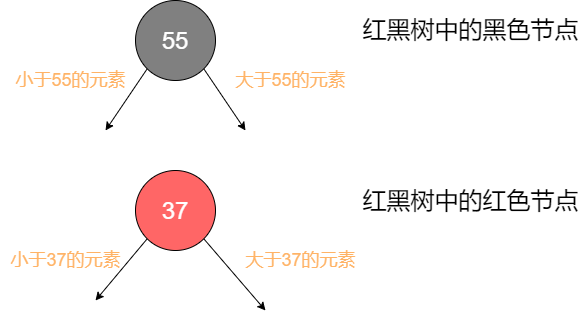
Earlier version of the draw.io export nodeIntro_b2.png (moonhui/DrawFiles). Source tidied: cells renumbered, new cells last; positions are measured from the earlier drawing's top-left corner, leaving out a move shared by most shapes. The source it was exported from:
```xml
<mxGraphModel>
  <root>
    <mxCell id="0" />
    <mxCell id="1" parent="0" />
    <mxCell id="2" style="edgeStyle=none;rounded=0;jettySize=auto;html=1;exitX=0;exitY=1;exitDx=0;exitDy=0;" parent="1" edge="1" source="4">
      <mxGeometry relative="1" as="geometry">
        <mxPoint x="105" y="130" as="targetPoint" />
      </mxGeometry>
    </mxCell>
    <mxCell id="3" style="edgeStyle=none;rounded=0;jettySize=auto;html=1;exitX=1;exitY=1;exitDx=0;exitDy=0;" parent="1" edge="1" source="4">
      <mxGeometry relative="1" as="geometry">
        <mxPoint x="245" y="130" as="targetPoint" />
      </mxGeometry>
    </mxCell>
    <mxCell id="4" value="&lt;font style=&quot;font-size: 24px&quot; color=&quot;#ffffff&quot;&gt;55&lt;/font&gt;" style="ellipse;whiteSpace=wrap;html=1;fillColor=#808080;" parent="1" vertex="1">
      <mxGeometry x="135" width="80" height="80" as="geometry" />
    </mxCell>
    <mxCell id="5" value="&lt;font style=&quot;font-size: 24px&quot;&gt;红黑树中的黑色节点&lt;/font&gt;" style="text;html=1;align=center;verticalAlign=middle;" parent="1" vertex="1">
      <mxGeometry x="355" y="19" width="230" height="20" as="geometry" />
    </mxCell>
    <mxCell id="6" style="edgeStyle=none;rounded=0;jettySize=auto;html=1;exitX=0;exitY=1;exitDx=0;exitDy=0;" parent="1" edge="1" source="8">
      <mxGeometry relative="1" as="geometry">
        <mxPoint x="95" y="300" as="targetPoint" />
      </mxGeometry>
    </mxCell>
    <mxCell id="7" style="edgeStyle=none;rounded=0;jettySize=auto;html=1;exitX=1;exitY=1;exitDx=0;exitDy=0;" parent="1" edge="1" source="8">
      <mxGeometry relative="1" as="geometry">
        <mxPoint x="265" y="310" as="targetPoint" />
      </mxGeometry>
    </mxCell>
    <mxCell id="8" value="&lt;font style=&quot;font-size: 24px&quot; color=&quot;#ffffff&quot;&gt;37&lt;/font&gt;" style="ellipse;whiteSpace=wrap;html=1;fillColor=#FF6666;" parent="1" vertex="1">
      <mxGeometry x="135" y="170" width="80" height="80" as="geometry" />
    </mxCell>
    <mxCell id="9" value="&lt;font style=&quot;font-size: 24px&quot;&gt;红黑树中的红色节点&lt;/font&gt;" style="text;html=1;align=center;verticalAlign=middle;" parent="1" vertex="1">
      <mxGeometry x="355" y="190" width="230" height="20" as="geometry" />
    </mxCell>
    <mxCell id="10" value="&lt;font style=&quot;font-size: 18px&quot; color=&quot;#ffb366&quot;&gt;小于55的元素&lt;/font&gt;" style="text;html=1;align=center;verticalAlign=middle;" parent="1" vertex="1">
      <mxGeometry x="5" y="70" width="130" height="20" as="geometry" />
    </mxCell>
    <mxCell id="11" value="&lt;font style=&quot;font-size: 18px&quot; color=&quot;#ffb366&quot;&gt;大于55的元素&lt;/font&gt;" style="text;html=1;align=center;verticalAlign=middle;" parent="1" vertex="1">
      <mxGeometry x="225" y="70" width="130" height="20" as="geometry" />
    </mxCell>
    <mxCell id="12" value="&lt;font style=&quot;font-size: 18px&quot; color=&quot;#ffb366&quot;&gt;小于37的元素&lt;/font&gt;" style="text;html=1;align=center;verticalAlign=middle;" parent="1" vertex="1">
      <mxGeometry y="250" width="130" height="20" as="geometry" />
    </mxCell>
    <mxCell id="13" value="&lt;font style=&quot;font-size: 18px&quot; color=&quot;#ffb366&quot;&gt;大于37的元素&lt;/font&gt;" style="text;html=1;align=center;verticalAlign=middle;" parent="1" vertex="1">
      <mxGeometry x="235" y="250" width="130" height="20" as="geometry" />
    </mxCell>
  </root>
</mxGraphModel>
```
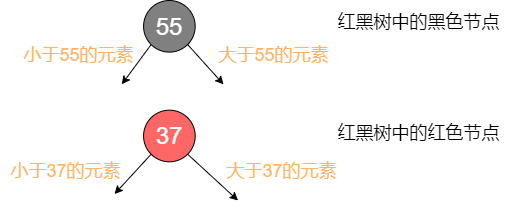
Above is the later version.

Change to the diagram source:
```diff
@@ -3,48 +3,48 @@
     <mxCell id="0" />
     <mxCell id="1" parent="0" />
     <mxCell id="2" style="edgeStyle=none;rounded=0;jettySize=auto;html=1;exitX=0;exitY=1;exitDx=0;exitDy=0;" parent="1" edge="1" source="4">
-      <mxGeometry relative="1" as="geometry">
-        <mxPoint x="105" y="130" as="targetPoint" />
+      <mxGeometry x="-45" y="1130" as="geometry">
+        <mxPoint x="76.3" y="83.9" as="targetPoint" />
       </mxGeometry>
     </mxCell>
     <mxCell id="3" style="edgeStyle=none;rounded=0;jettySize=auto;html=1;exitX=1;exitY=1;exitDx=0;exitDy=0;" parent="1" edge="1" source="4">
-      <mxGeometry relative="1" as="geometry">
-        <mxPoint x="245" y="130" as="targetPoint" />
+      <mxGeometry x="-45" y="1130" as="geometry">
+        <mxPoint x="178" y="83.9" as="targetPoint" />
       </mxGeometry>
     </mxCell>
     <mxCell id="4" value="&lt;font style=&quot;font-size: 24px&quot; color=&quot;#ffffff&quot;&gt;55&lt;/font&gt;" style="ellipse;whiteSpace=wrap;html=1;fillColor=#808080;" parent="1" vertex="1">
-      <mxGeometry x="135" width="80" height="80" as="geometry" />
+      <mxGeometry x="98.1" width="51.6" height="51.6" as="geometry" />
     </mxCell>
-    <mxCell id="5" value="&lt;font style=&quot;font-size: 24px&quot;&gt;红黑树中的黑色节点&lt;/font&gt;" style="text;html=1;align=center;verticalAlign=middle;" parent="1" vertex="1">
-      <mxGeometry x="355" y="19" width="230" height="20" as="geometry" />
+    <mxCell id="5" value="&lt;font style=&quot;font-size: 18px&quot;&gt;红黑树中的黑色节点&lt;/font&gt;" style="text;html=1;align=center;verticalAlign=middle;" parent="1" vertex="1">
+      <mxGeometry x="282.9" y="12.3" width="180" height="20" as="geometry" />
     </mxCell>
     <mxCell id="6" style="edgeStyle=none;rounded=0;jettySize=auto;html=1;exitX=0;exitY=1;exitDx=0;exitDy=0;" parent="1" edge="1" source="8">
-      <mxGeometry relative="1" as="geometry">
-        <mxPoint x="95" y="300" as="targetPoint" />
+      <mxGeometry x="-45" y="1130" as="geometry">
+        <mxPoint x="69" y="193.5" as="targetPoint" />
       </mxGeometry>
     </mxCell>
     <mxCell id="7" style="edgeStyle=none;rounded=0;jettySize=auto;html=1;exitX=1;exitY=1;exitDx=0;exitDy=0;" parent="1" edge="1" source="8">
-      <mxGeometry relative="1" as="geometry">
-        <mxPoint x="265" y="310" as="targetPoint" />
+      <mxGeometry x="-45" y="1130" as="geometry">
+        <mxPoint x="192.5" y="200" as="targetPoint" />
       </mxGeometry>
     </mxCell>
     <mxCell id="8" value="&lt;font style=&quot;font-size: 24px&quot; color=&quot;#ffffff&quot;&gt;37&lt;/font&gt;" style="ellipse;whiteSpace=wrap;html=1;fillColor=#FF6666;" parent="1" vertex="1">
-      <mxGeometry x="135" y="170" width="80" height="80" as="geometry" />
+      <mxGeometry x="98.1" y="109.7" width="51.6" height="51.6" as="geometry" />
     </mxCell>
-    <mxCell id="9" value="&lt;font style=&quot;font-size: 24px&quot;&gt;红黑树中的红色节点&lt;/font&gt;" style="text;html=1;align=center;verticalAlign=middle;" parent="1" vertex="1">
-      <mxGeometry x="355" y="190" width="230" height="20" as="geometry" />
+    <mxCell id="9" value="&lt;font style=&quot;font-size: 18px&quot;&gt;红黑树中的红色节点&lt;/font&gt;" style="text;html=1;align=center;verticalAlign=middle;" parent="1" vertex="1">
+      <mxGeometry x="282.9" y="122.6" width="180" height="20" as="geometry" />
     </mxCell>
     <mxCell id="10" value="&lt;font style=&quot;font-size: 18px&quot; color=&quot;#ffb366&quot;&gt;小于55的元素&lt;/font&gt;" style="text;html=1;align=center;verticalAlign=middle;" parent="1" vertex="1">
-      <mxGeometry x="5" y="70" width="130" height="20" as="geometry" />
+      <mxGeometry x="-31.9" y="45.2" width="130" height="20" as="geometry" />
     </mxCell>
     <mxCell id="11" value="&lt;font style=&quot;font-size: 18px&quot; color=&quot;#ffb366&quot;&gt;大于55的元素&lt;/font&gt;" style="text;html=1;align=center;verticalAlign=middle;" parent="1" vertex="1">
-      <mxGeometry x="225" y="70" width="130" height="20" as="geometry" />
+      <mxGeometry x="163.5" y="45.2" width="130" height="20" as="geometry" />
     </mxCell>
     <mxCell id="12" value="&lt;font style=&quot;font-size: 18px&quot; color=&quot;#ffb366&quot;&gt;小于37的元素&lt;/font&gt;" style="text;html=1;align=center;verticalAlign=middle;" parent="1" vertex="1">
-      <mxGeometry y="250" width="130" height="20" as="geometry" />
+      <mxGeometry x="-45" y="161.3" width="130" height="20" as="geometry" />
     </mxCell>
     <mxCell id="13" value="&lt;font style=&quot;font-size: 18px&quot; color=&quot;#ffb366&quot;&gt;大于37的元素&lt;/font&gt;" style="text;html=1;align=center;verticalAlign=middle;" parent="1" vertex="1">
-      <mxGeometry x="235" y="250" width="130" height="20" as="geometry" />
+      <mxGeometry x="170.7" y="161.3" width="130" height="20" as="geometry" />
     </mxCell>
   </root>
 </mxGraphModel>
```
